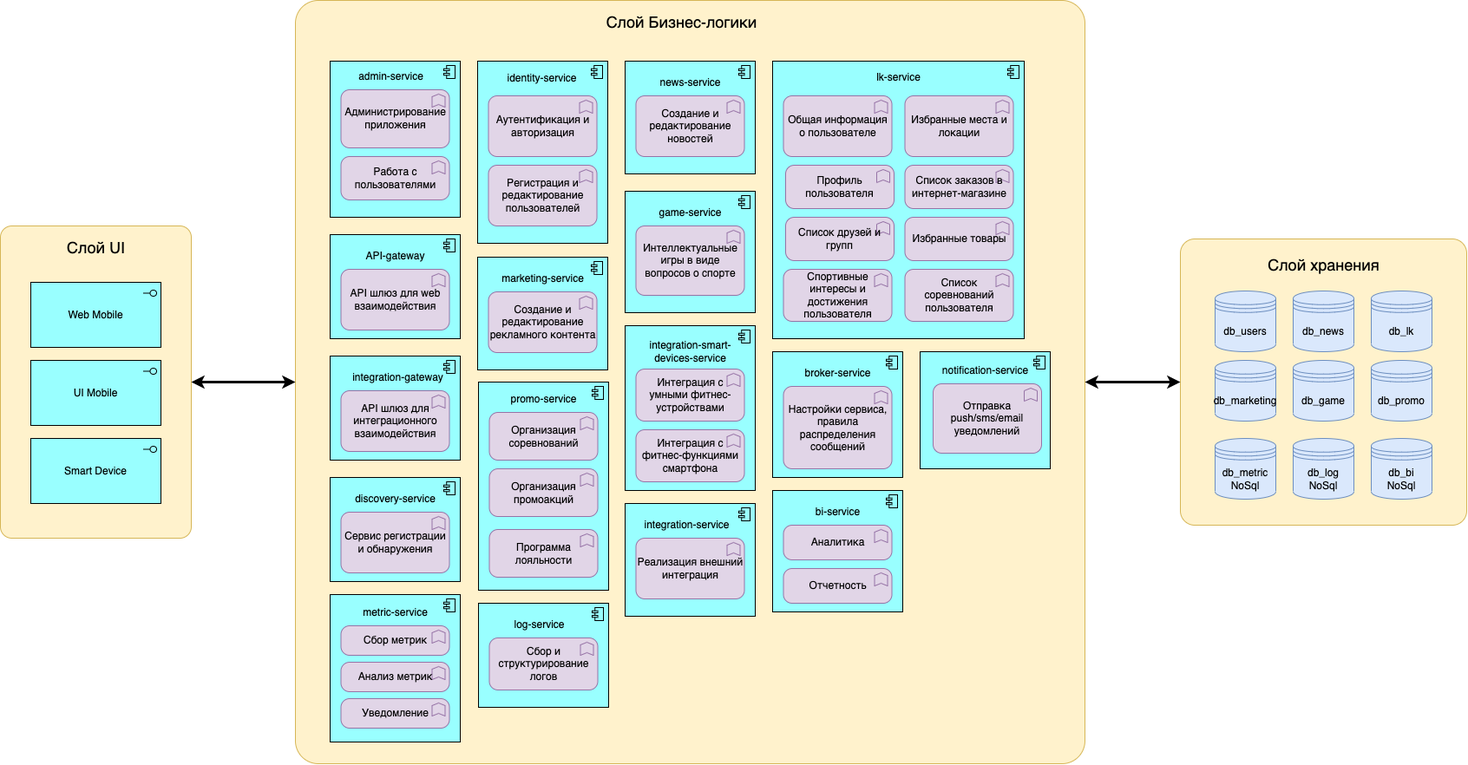
VladislavK777/skillbox_finalwork keeps this draw.io diagram as img/14a_function_view.png. Above is the earlier version. Source tidied: cells renumbered, new cells last; positions are measured from the earlier drawing's top-left corner, leaving out a move shared by most shapes.
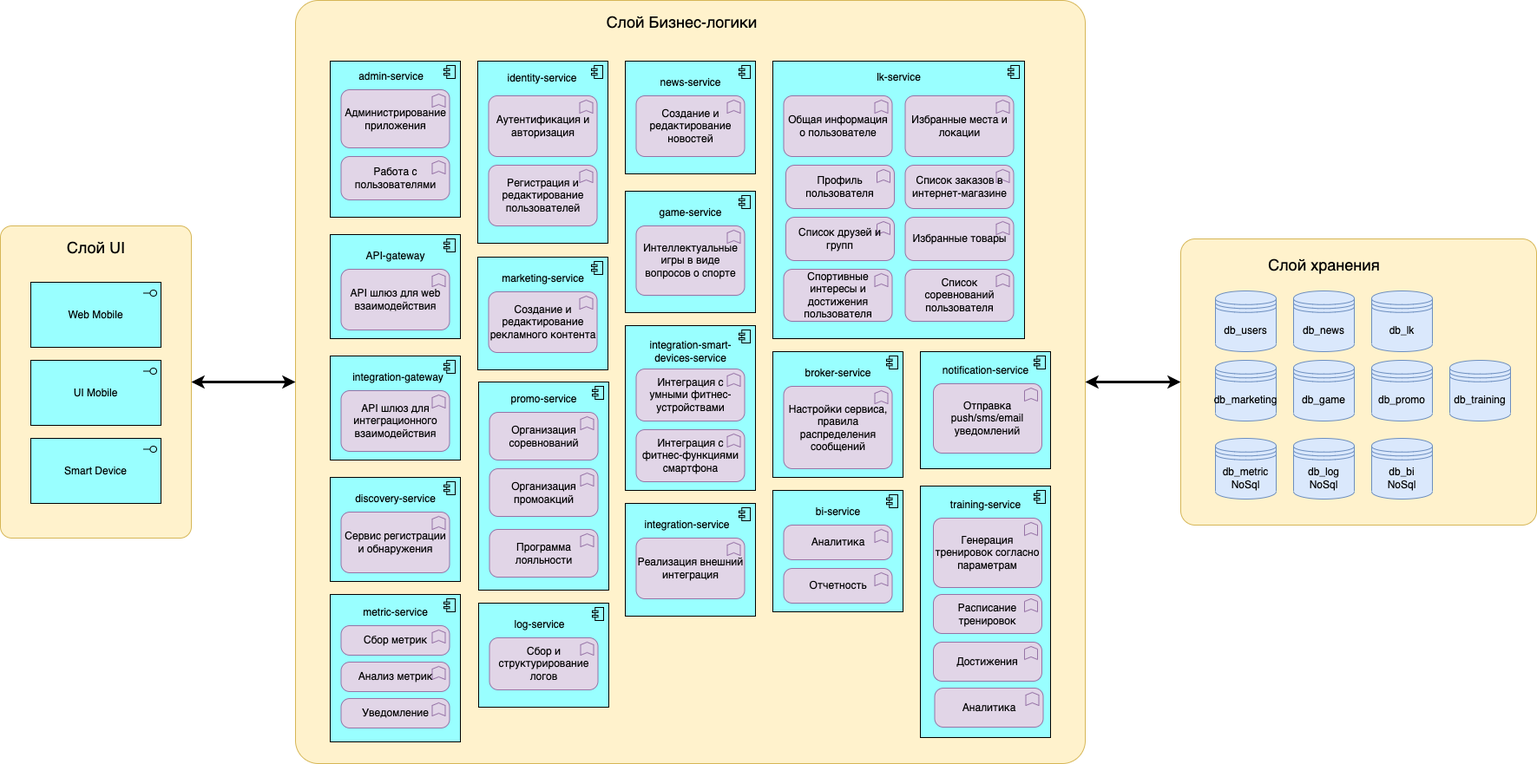
Later version of the same file.

Diff of the diagram source:
```diff
@@ -278,47 +278,65 @@
     <mxCell id="93" value="&lt;font style=&quot;font-size: 18px;&quot;&gt;Слой Бизнес-логики&lt;/font&gt;" style="text;html=1;align=center;verticalAlign=middle;strokeColor=none;fillColor=none;" parent="8" vertex="1">
       <mxGeometry x="345" y="5" width="200" height="40" as="geometry" />
     </mxCell>
-    <mxCell id="94" style="group;" parent="1" vertex="1">
-      <mxGeometry x="1360" y="275" width="330" height="330" as="geometry" />
-    </mxCell>
+    <mxCell id="108" style="html=1;whiteSpace=wrap;fillColor=#99ffff;shape=mxgraph.archimate3.application;appType=comp;archiType=square;" parent="8" vertex="1">
+      <mxGeometry x="720" y="560" width="150" height="290" as="geometry" />
+    </mxCell>
+    <mxCell id="109" value="training-service" style="text;html=1;align=center;verticalAlign=middle;strokeColor=none;fillColor=none;" parent="8" vertex="1">
+      <mxGeometry x="745" y="567" width="100" height="30" as="geometry" />
+    </mxCell>
+    <mxCell id="110" value="Генерация тренировок согласно параметрам" style="html=1;whiteSpace=wrap;fillColor=#e1d5e7;shape=mxgraph.archimate3.application;appType=func;archiType=rounded;strokeColor=#9673a6;" parent="8" vertex="1">
+      <mxGeometry x="735" y="597" width="125" height="80" as="geometry" />
+    </mxCell>
+    <mxCell id="111" value="Расписание тренировок" style="html=1;whiteSpace=wrap;fillColor=#e1d5e7;shape=mxgraph.archimate3.application;appType=func;archiType=rounded;strokeColor=#9673a6;" parent="8" vertex="1">
+      <mxGeometry x="735" y="685" width="125" height="45" as="geometry" />
+    </mxCell>
+    <mxCell id="112" value="Достижения" style="html=1;whiteSpace=wrap;fillColor=#e1d5e7;shape=mxgraph.archimate3.application;appType=func;archiType=rounded;strokeColor=#9673a6;" parent="8" vertex="1">
+      <mxGeometry x="735" y="740" width="125" height="45" as="geometry" />
+    </mxCell>
+    <mxCell id="113" value="Аналитика" style="html=1;whiteSpace=wrap;fillColor=#e1d5e7;shape=mxgraph.archimate3.application;appType=func;archiType=rounded;strokeColor=#9673a6;" parent="8" vertex="1">
+      <mxGeometry x="736.5" y="793" width="125" height="45" as="geometry" />
+    </mxCell>
+    <mxCell id="106" style="edgeStyle=orthogonalEdgeStyle;rounded=1;jettySize=auto;html=1;exitX=1;exitY=0.5;exitDx=0;exitDy=0;entryX=0;entryY=0.5;entryDx=0;entryDy=0;fontSize=18;startArrow=classic;startFill=1;strokeWidth=3;" parent="1" edge="1" source="3" target="9">
+      <mxGeometry relative="1" as="geometry" />
+    </mxCell>
+    <mxCell id="107" style="edgeStyle=orthogonalEdgeStyle;rounded=1;jettySize=auto;html=1;exitX=1;exitY=0.5;exitDx=0;exitDy=0;entryX=0;entryY=0.5;entryDx=0;entryDy=0;strokeWidth=3;fontSize=18;startArrow=classic;startFill=1;" parent="1" edge="1" source="9" target="95">
+      <mxGeometry relative="1" as="geometry" />
+    </mxCell>
-    <mxCell id="95" style="rounded=1;whiteSpace=wrap;html=1;fontSize=18;fillColor=#fff2cc;strokeColor=#d6b656;arcSize=5;" parent="94" vertex="1">
-      <mxGeometry width="330" height="330" as="geometry" />
+    <mxCell id="95" style="rounded=1;whiteSpace=wrap;html=1;fontSize=18;fillColor=#fff2cc;strokeColor=#d6b656;arcSize=5;" parent="1" vertex="1">
+      <mxGeometry x="1360" y="275" width="410" height="330" as="geometry" />
     </mxCell>
-    <mxCell id="96" value="db_users" style="shape=datastore;whiteSpace=wrap;html=1;fillColor=#dae8fc;strokeColor=#6c8ebf;" parent="94" vertex="1">
-      <mxGeometry x="40" y="60" width="70" height="70" as="geometry" />
+    <mxCell id="96" value="db_users" style="shape=datastore;whiteSpace=wrap;html=1;fillColor=#dae8fc;strokeColor=#6c8ebf;" parent="1" vertex="1">
+      <mxGeometry x="1400" y="335" width="70" height="70" as="geometry" />
     </mxCell>
-    <mxCell id="97" value="db_lk" style="shape=datastore;whiteSpace=wrap;html=1;fillColor=#dae8fc;strokeColor=#6c8ebf;" parent="94" vertex="1">
-      <mxGeometry x="220" y="60" width="70" height="70" as="geometry" />
+    <mxCell id="97" value="db_lk" style="shape=datastore;whiteSpace=wrap;html=1;fillColor=#dae8fc;strokeColor=#6c8ebf;" parent="1" vertex="1">
+      <mxGeometry x="1580" y="335" width="70" height="70" as="geometry" />
     </mxCell>
-    <mxCell id="98" value="db_news" style="shape=datastore;whiteSpace=wrap;html=1;fillColor=#dae8fc;strokeColor=#6c8ebf;" parent="94" vertex="1">
-      <mxGeometry x="130" y="60" width="70" height="70" as="geometry" />
+    <mxCell id="98" value="db_news" style="shape=datastore;whiteSpace=wrap;html=1;fillColor=#dae8fc;strokeColor=#6c8ebf;" parent="1" vertex="1">
+      <mxGeometry x="1490" y="335" width="70" height="70" as="geometry" />
     </mxCell>
-    <mxCell id="99" value="db_marketing" style="shape=datastore;whiteSpace=wrap;html=1;fillColor=#dae8fc;strokeColor=#6c8ebf;" parent="94" vertex="1">
-      <mxGeometry x="40" y="140" width="70" height="70" as="geometry" />
+    <mxCell id="99" value="db_marketing" style="shape=datastore;whiteSpace=wrap;html=1;fillColor=#dae8fc;strokeColor=#6c8ebf;" parent="1" vertex="1">
+      <mxGeometry x="1400" y="415" width="70" height="70" as="geometry" />
     </mxCell>
-    <mxCell id="100" value="db_promo" style="shape=datastore;whiteSpace=wrap;html=1;fillColor=#dae8fc;strokeColor=#6c8ebf;" parent="94" vertex="1">
-      <mxGeometry x="220" y="140" width="70" height="70" as="geometry" />
+    <mxCell id="100" value="db_promo" style="shape=datastore;whiteSpace=wrap;html=1;fillColor=#dae8fc;strokeColor=#6c8ebf;" parent="1" vertex="1">
+      <mxGeometry x="1580" y="415" width="70" height="70" as="geometry" />
     </mxCell>
-    <mxCell id="101" value="db_game" style="shape=datastore;whiteSpace=wrap;html=1;fillColor=#dae8fc;strokeColor=#6c8ebf;" parent="94" vertex="1">
-      <mxGeometry x="130" y="140" width="70" height="70" as="geometry" />
+    <mxCell id="101" value="db_game" style="shape=datastore;whiteSpace=wrap;html=1;fillColor=#dae8fc;strokeColor=#6c8ebf;" parent="1" vertex="1">
+      <mxGeometry x="1490" y="415" width="70" height="70" as="geometry" />
     </mxCell>
-    <mxCell id="102" value="db_log&lt;br&gt;NoSql" style="shape=datastore;whiteSpace=wrap;html=1;fillColor=#dae8fc;strokeColor=#6c8ebf;" parent="94" vertex="1">
-      <mxGeometry x="130" y="230" width="70" height="70" as="geometry" />
+    <mxCell id="102" value="db_log&lt;br&gt;NoSql" style="shape=datastore;whiteSpace=wrap;html=1;fillColor=#dae8fc;strokeColor=#6c8ebf;" parent="1" vertex="1">
+      <mxGeometry x="1490" y="505" width="70" height="70" as="geometry" />
     </mxCell>
-    <mxCell id="103" value="db_metric&lt;br&gt;NoSql" style="shape=datastore;whiteSpace=wrap;html=1;fillColor=#dae8fc;strokeColor=#6c8ebf;" parent="94" vertex="1">
-      <mxGeometry x="40" y="230" width="70" height="70" as="geometry" />
+    <mxCell id="103" value="db_metric&lt;br&gt;NoSql" style="shape=datastore;whiteSpace=wrap;html=1;fillColor=#dae8fc;strokeColor=#6c8ebf;" parent="1" vertex="1">
+      <mxGeometry x="1400" y="505" width="70" height="70" as="geometry" />
     </mxCell>
-    <mxCell id="104" value="db_bi&lt;br&gt;NoSql" style="shape=datastore;whiteSpace=wrap;html=1;fillColor=#dae8fc;strokeColor=#6c8ebf;" parent="94" vertex="1">
-      <mxGeometry x="220" y="230" width="70" height="70" as="geometry" />
+    <mxCell id="104" value="db_bi&lt;br&gt;NoSql" style="shape=datastore;whiteSpace=wrap;html=1;fillColor=#dae8fc;strokeColor=#6c8ebf;" parent="1" vertex="1">
+      <mxGeometry x="1580" y="505" width="70" height="70" as="geometry" />
     </mxCell>
-    <mxCell id="105" value="&lt;font style=&quot;font-size: 18px;&quot;&gt;Слой хранения&lt;/font&gt;" style="text;html=1;align=center;verticalAlign=middle;strokeColor=none;fillColor=none;fontSize=18;" parent="94" vertex="1">
-      <mxGeometry x="90" y="10" width="150" height="40" as="geometry" />
+    <mxCell id="105" value="&lt;font style=&quot;font-size: 18px;&quot;&gt;Слой хранения&lt;/font&gt;" style="text;html=1;align=center;verticalAlign=middle;strokeColor=none;fillColor=none;fontSize=18;" parent="1" vertex="1">
+      <mxGeometry x="1450" y="285" width="150" height="40" as="geometry" />
     </mxCell>
-    <mxCell id="106" style="edgeStyle=orthogonalEdgeStyle;rounded=1;jettySize=auto;html=1;exitX=1;exitY=0.5;exitDx=0;exitDy=0;entryX=0;entryY=0.5;entryDx=0;entryDy=0;fontSize=18;startArrow=classic;startFill=1;strokeWidth=3;" parent="1" edge="1" source="3" target="9">
-      <mxGeometry relative="1" as="geometry" />
-    </mxCell>
-    <mxCell id="107" style="edgeStyle=orthogonalEdgeStyle;rounded=1;jettySize=auto;html=1;exitX=1;exitY=0.5;exitDx=0;exitDy=0;entryX=0;entryY=0.5;entryDx=0;entryDy=0;strokeWidth=3;fontSize=18;startArrow=classic;startFill=1;" parent="1" edge="1" source="9" target="95">
-      <mxGeometry relative="1" as="geometry" />
-    </mxCell>
+    <mxCell id="114" value="db_training" style="shape=datastore;whiteSpace=wrap;html=1;fillColor=#dae8fc;strokeColor=#6c8ebf;" parent="1" vertex="1">
+      <mxGeometry x="1670" y="415" width="70" height="70" as="geometry" />
+    </mxCell>
   </root>
 </mxGraphModel>
```
